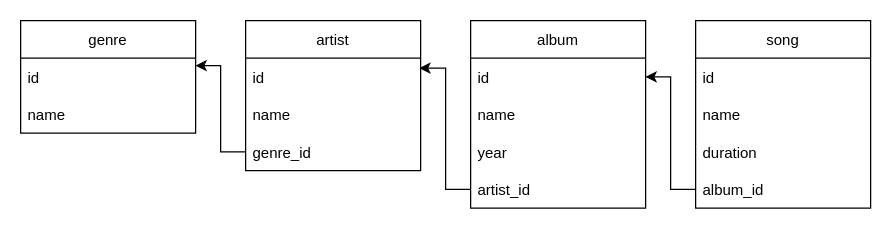
Above: Диаграмма без названия.drawio in walltrone/self-edu (draw.io), before the change. Source tidied: cells renumbered, new cells numbered last; positions are measured from the earlier drawing's top-left corner, leaving out a move shared by most shapes. Both pictures are drawn from the tidied source at 125%, with x=0, y=0 at pixel (20, 20).
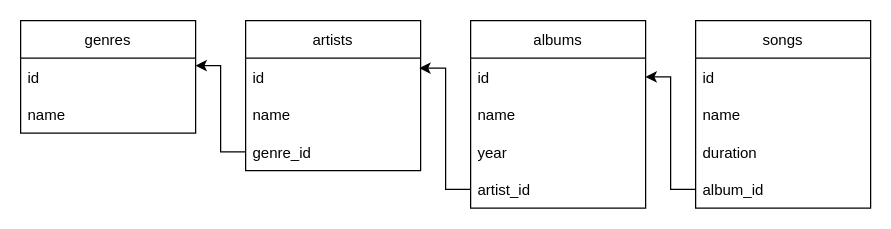
The same page after the edit.

What changed in the source:
```diff
@@
-    <mxCell id="2" value="genre" style="swimlane;fontStyle=0;horizontal=1;startSize=30;" parent="1" vertex="1">
+    <mxCell id="2" value="genres" style="swimlane;fontStyle=0;horizontal=1;startSize=30;" parent="1" vertex="1">
       <mxGeometry width="140" height="90" as="geometry" />
     </mxCell>
@@
-    <mxCell id="5" value="artist" style="swimlane;fontStyle=0;horizontal=1;startSize=30;" parent="1" vertex="1">
+    <mxCell id="5" value="artists" style="swimlane;fontStyle=0;horizontal=1;startSize=30;" parent="1" vertex="1">
       <mxGeometry x="180" width="140" height="120" as="geometry" />
     </mxCell>
@@
-    <mxCell id="9" value="album" style="swimlane;fontStyle=0;horizontal=1;startSize=30;" parent="1" vertex="1">
+    <mxCell id="9" value="albums" style="swimlane;fontStyle=0;horizontal=1;startSize=30;" parent="1" vertex="1">
       <mxGeometry x="360" width="140" height="150" as="geometry" />
     </mxCell>
@@
-    <mxCell id="14" value="song" style="swimlane;fontStyle=0;horizontal=1;startSize=30;" parent="1" vertex="1">
+    <mxCell id="14" value="songs" style="swimlane;fontStyle=0;horizontal=1;startSize=30;" parent="1" vertex="1">
       <mxGeometry x="540" width="140" height="150" as="geometry" />
     </mxCell>
```
